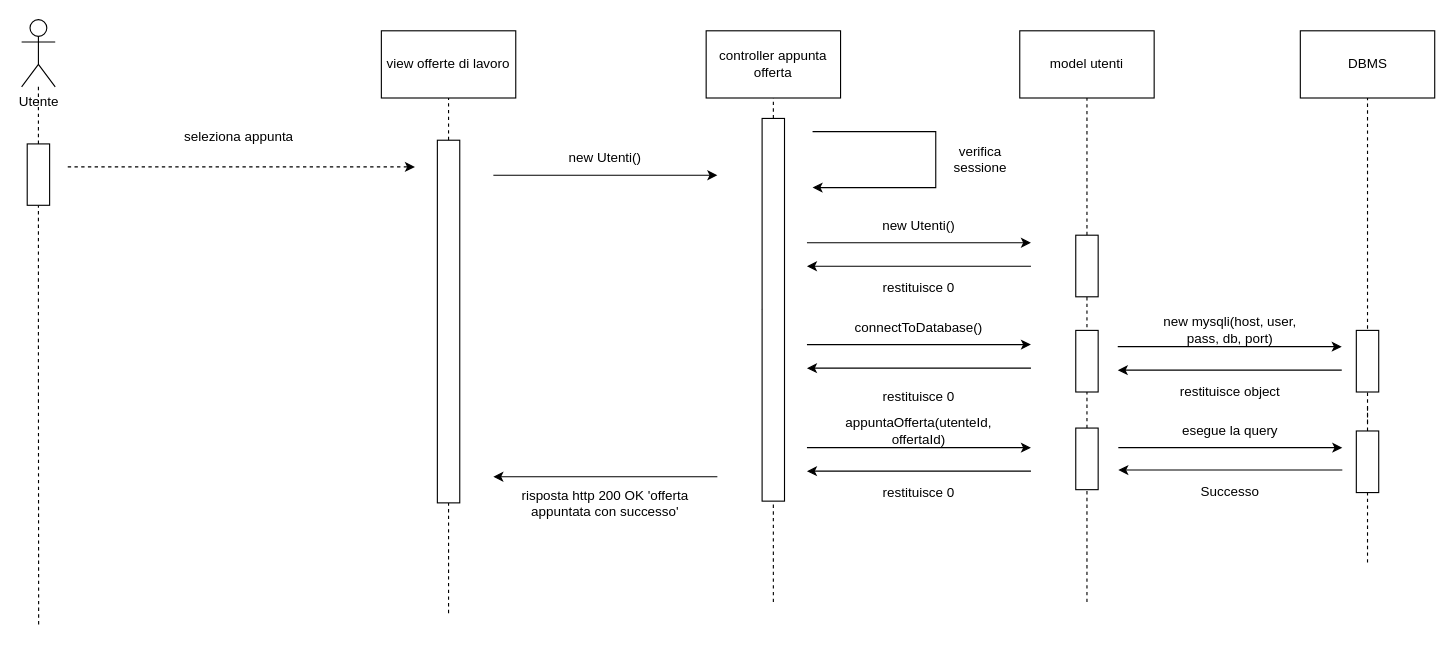
Mute491/bitByte keeps this draw.io diagram as schemi/user/appunta offerta.drawio. Above is the earlier version. Source tidied: cells renumbered, new cells numbered last; positions are measured from the earlier drawing's top-left corner, leaving out a move shared by most shapes. Both pictures are drawn from the tidied source at 112%, with x=0, y=0 at pixel (7, 19).
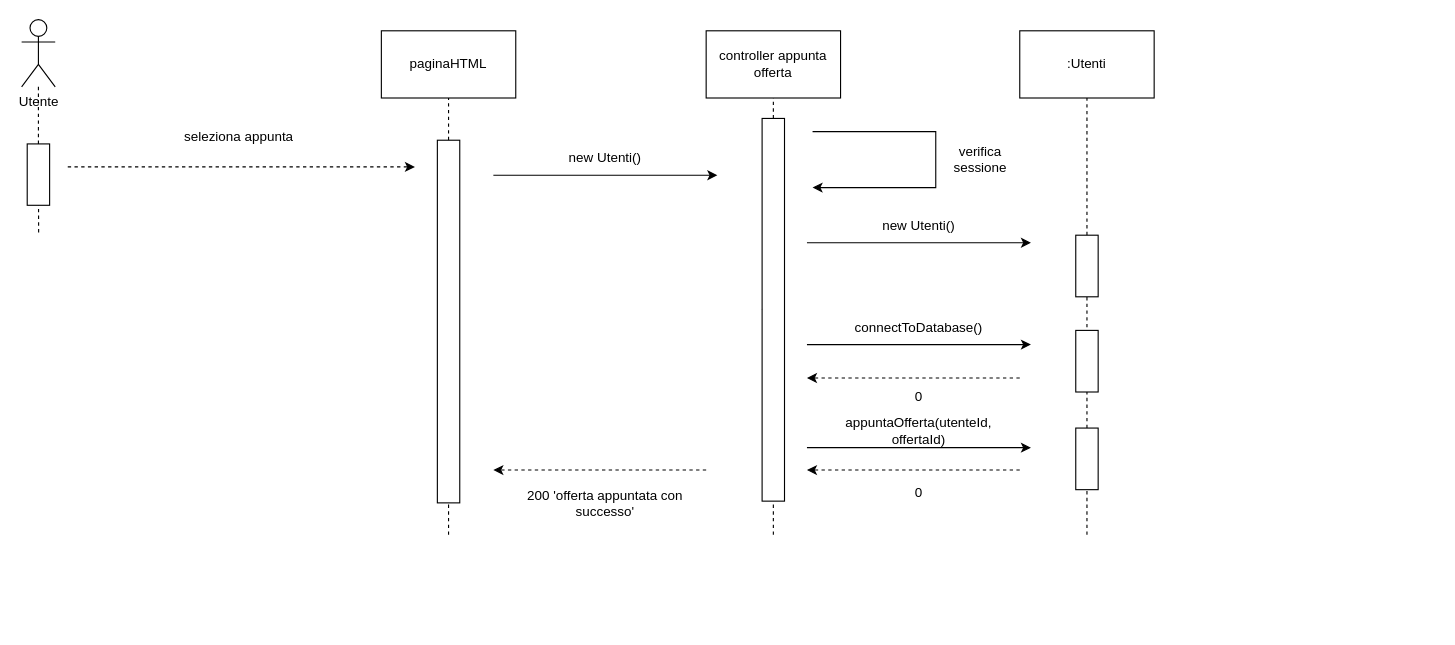
The same diagram, later.

Unchanged cells that the change refers to:
```xml
<mxCell id="27" style="rounded=0;whiteSpace=wrap;html=1;rotation=90;" parent="1" vertex="1">
  <mxGeometry x="0.4" y="128.4" width="54.8" height="20" as="geometry" />
</mxCell>
<mxCell id="32" style="rounded=0;whiteSpace=wrap;html=1;rotation=90;" parent="1" vertex="1">
  <mxGeometry x="232.1" y="259.6" width="323.8" height="20" as="geometry" />
</mxCell>
<mxCell id="34" style="rounded=0;whiteSpace=wrap;html=1;rotation=90;" parent="1" vertex="1">
  <mxGeometry x="936.5" y="382.2" width="55" height="20" as="geometry" />
</mxCell>
<mxCell id="37" style="rounded=0;whiteSpace=wrap;html=1;rotation=90;" parent="1" vertex="1">
  <mxGeometry x="513.1" y="249.1" width="341.7" height="20" as="geometry" />
</mxCell>
```

The edit, as a diff of the source:
```diff
@@
-    <mxCell id="6" value="model utenti" style="rounded=0;whiteSpace=wrap;html=1;" parent="1" vertex="1">
+    <mxCell id="6" value=":Utenti" style="rounded=0;whiteSpace=wrap;html=1;" parent="1" vertex="1">
       <mxGeometry x="904" y="10" width="120" height="60" as="geometry" />
     </mxCell>
@@
-    <mxCell id="11" style="endArrow=classic;html=1;rounded=0;" parent="1" edge="1">
-      <mxGeometry relative="1" as="geometry">
-        <mxPoint x="914" y="220.2" as="sourcePoint" />
-        <mxPoint x="714" y="220.2" as="targetPoint" />
-      </mxGeometry>
-    </mxCell>
-    <mxCell id="12" value="restituisce 0" style="text;html=1;align=center;verticalAlign=middle;whiteSpace=wrap;rounded=0;" parent="1" vertex="1">
-      <mxGeometry x="744" y="225.2" width="140" height="30" as="geometry" />
-    </mxCell>
@@
-    <mxCell id="17" style="endArrow=classic;html=1;rounded=0;" parent="1" edge="1">
-      <mxGeometry relative="1" as="geometry">
-        <mxPoint x="914" y="311.2" as="sourcePoint" />
-        <mxPoint x="714" y="311.2" as="targetPoint" />
-      </mxGeometry>
-    </mxCell>
-    <mxCell id="18" value="restituisce 0" style="text;html=1;align=center;verticalAlign=middle;whiteSpace=wrap;rounded=0;" parent="1" vertex="1">
+    <mxCell id="18" value="0" style="text;html=1;align=center;verticalAlign=middle;whiteSpace=wrap;rounded=0;" parent="1" vertex="1">
       <mxGeometry x="744" y="322.2" width="140" height="30" as="geometry" />
     </mxCell>
@@
-    <mxCell id="22" style="endArrow=classic;html=1;rounded=0;" parent="1" edge="1">
-      <mxGeometry relative="1" as="geometry">
-        <mxPoint x="914" y="403.2" as="sourcePoint" />
-        <mxPoint x="714" y="403.2" as="targetPoint" />
-      </mxGeometry>
-    </mxCell>
-    <mxCell id="23" value="restituisce 0" style="text;html=1;align=center;verticalAlign=middle;whiteSpace=wrap;rounded=0;" parent="1" vertex="1">
+    <mxCell id="23" value="0" style="text;html=1;align=center;verticalAlign=middle;whiteSpace=wrap;rounded=0;" parent="1" vertex="1">
       <mxGeometry x="744" y="408.2" width="140" height="30" as="geometry" />
     </mxCell>
-    <mxCell id="24" value="view offerte di lavoro" style="rounded=0;whiteSpace=wrap;html=1;" parent="1" vertex="1">
+    <mxCell id="24" value="paginaHTML" style="rounded=0;whiteSpace=wrap;html=1;" parent="1" vertex="1">
       <mxGeometry x="334" y="10" width="120" height="60" as="geometry" />
     </mxCell>
@@
     <mxCell id="26" style="endArrow=none;dashed=1;html=1;rounded=0;" parent="1" edge="1" target="27">
       <mxGeometry relative="1" as="geometry">
-        <mxPoint x="28" y="540" as="sourcePoint" />
-        <Array as="points">
-          <mxPoint x="27.8" y="301" />
-        </Array>
+        <mxPoint x="28" y="190" as="sourcePoint" />
       </mxGeometry>
     </mxCell>
@@
     <mxCell id="30" style="endArrow=none;dashed=1;html=1;rounded=0;" parent="1" edge="1" target="37">
       <mxGeometry relative="1" as="geometry">
-        <mxPoint x="684" y="520" as="sourcePoint" />
+        <mxPoint x="684" y="460" as="sourcePoint" />
       </mxGeometry>
     </mxCell>
     <mxCell id="31" style="endArrow=none;dashed=1;html=1;rounded=0;" parent="1" edge="1" target="32">
       <mxGeometry relative="1" as="geometry">
-        <mxPoint x="394" y="530" as="sourcePoint" />
+        <mxPoint x="394" y="460" as="sourcePoint" />
       </mxGeometry>
     </mxCell>
@@
     <mxCell id="33" style="endArrow=none;dashed=1;html=1;rounded=0;" parent="1" edge="1" target="34">
       <mxGeometry relative="1" as="geometry">
-        <mxPoint x="964" y="520" as="sourcePoint" />
+        <mxPoint x="964" y="460" as="sourcePoint" />
       </mxGeometry>
     </mxCell>
@@
-    <mxCell id="38" style="endArrow=classic;html=1;rounded=0;" parent="1" edge="1">
-      <mxGeometry relative="1" as="geometry">
-        <mxPoint x="634" y="408.2" as="sourcePoint" />
-        <mxPoint x="434" y="408.2" as="targetPoint" />
-      </mxGeometry>
-    </mxCell>
-    <mxCell id="39" value="risposta http 200 OK 'offerta appuntata con successo'" style="text;html=1;align=center;verticalAlign=middle;whiteSpace=wrap;rounded=0;" parent="1" vertex="1">
+    <mxCell id="39" value="200 'offerta appuntata con successo'" style="text;html=1;align=center;verticalAlign=middle;whiteSpace=wrap;rounded=0;" parent="1" vertex="1">
       <mxGeometry x="444" y="413.2" width="180" height="36.8" as="geometry" />
     </mxCell>
@@
-    <mxCell id="42" value="DBMS" style="rounded=0;whiteSpace=wrap;html=1;" parent="1" vertex="1">
-      <mxGeometry x="1154.5" y="10" width="120" height="60" as="geometry" />
-    </mxCell>
-    <mxCell id="43" style="endArrow=none;dashed=1;html=1;rounded=0;entryX=0.5;entryY=1;entryDx=0;entryDy=0;" parent="1" edge="1" target="42">
-      <mxGeometry relative="1" as="geometry">
-        <mxPoint x="1214.5" y="360" as="sourcePoint" />
-      </mxGeometry>
-    </mxCell>
-    <mxCell id="44" style="endArrow=none;dashed=1;html=1;rounded=0;" parent="1" edge="1" source="51">
-      <mxGeometry relative="1" as="geometry">
-        <mxPoint x="1214.5" y="343.5" as="targetPoint" />
-      </mxGeometry>
-    </mxCell>
-    <mxCell id="45" style="rounded=0;whiteSpace=wrap;html=1;rotation=90;" parent="1" vertex="1">
-      <mxGeometry x="1187" y="295" width="55" height="20" as="geometry" />
-    </mxCell>
-    <mxCell id="46" style="endArrow=classic;html=1;rounded=0;" parent="1" edge="1">
-      <mxGeometry relative="1" as="geometry">
-        <mxPoint x="991.5" y="292" as="sourcePoint" />
-        <mxPoint x="1191.5" y="292" as="targetPoint" />
-      </mxGeometry>
-    </mxCell>
-    <mxCell id="47" value="new mysqli(host, user, pass, db, port)" style="text;html=1;align=center;verticalAlign=middle;whiteSpace=wrap;rounded=0;" parent="1" vertex="1">
-      <mxGeometry x="1021.5" y="262" width="140" height="30" as="geometry" />
-    </mxCell>
-    <mxCell id="48" style="endArrow=classic;html=1;rounded=0;" parent="1" edge="1">
-      <mxGeometry relative="1" as="geometry">
-        <mxPoint x="1191.5" y="313" as="sourcePoint" />
-        <mxPoint x="991.5" y="313" as="targetPoint" />
-      </mxGeometry>
-    </mxCell>
-    <mxCell id="49" value="restituisce object" style="text;html=1;align=center;verticalAlign=middle;whiteSpace=wrap;rounded=0;" parent="1" vertex="1">
-      <mxGeometry x="1021.5" y="318" width="140" height="30" as="geometry" />
-    </mxCell>
-    <mxCell id="50" style="endArrow=none;dashed=1;html=1;rounded=0;" parent="1" edge="1" target="51">
-      <mxGeometry relative="1" as="geometry">
-        <mxPoint x="1214.5" y="484.8" as="sourcePoint" />
-      </mxGeometry>
-    </mxCell>
-    <mxCell id="51" style="rounded=0;whiteSpace=wrap;html=1;rotation=90;" parent="1" vertex="1">
-      <mxGeometry x="1187" y="384.8" width="55" height="20" as="geometry" />
-    </mxCell>
-    <mxCell id="52" style="endArrow=classic;html=1;rounded=0;" parent="1" edge="1">
-      <mxGeometry relative="1" as="geometry">
-        <mxPoint x="992" y="382.2" as="sourcePoint" />
-        <mxPoint x="1192" y="382.2" as="targetPoint" />
-      </mxGeometry>
-    </mxCell>
-    <mxCell id="53" value="esegue la query" style="text;html=1;align=center;verticalAlign=middle;whiteSpace=wrap;rounded=0;" parent="1" vertex="1">
-      <mxGeometry x="1022" y="352.2" width="140" height="30" as="geometry" />
-    </mxCell>
-    <mxCell id="54" style="endArrow=classic;html=1;rounded=0;" parent="1" edge="1">
-      <mxGeometry relative="1" as="geometry">
-        <mxPoint x="1192" y="402.2" as="sourcePoint" />
-        <mxPoint x="992" y="402.2" as="targetPoint" />
-      </mxGeometry>
-    </mxCell>
-    <mxCell id="55" value="Successo" style="text;html=1;align=center;verticalAlign=middle;whiteSpace=wrap;rounded=0;" parent="1" vertex="1">
-      <mxGeometry x="1022" y="407.2" width="140" height="30" as="geometry" />
-    </mxCell>
+    <mxCell id="56" style="html=1;labelBackgroundColor=#ffffff;startArrow=none;startFill=0;startSize=6;endArrow=classic;endFill=1;endSize=6;jettySize=auto;orthogonalLoop=1;strokeWidth=1;dashed=1;fontSize=14;rounded=0;" parent="1" edge="1">
+      <mxGeometry relative="1" as="geometry">
+        <mxPoint x="904" y="320" as="sourcePoint" />
+        <mxPoint x="714" y="320" as="targetPoint" />
+      </mxGeometry>
+    </mxCell>
+    <mxCell id="57" style="html=1;labelBackgroundColor=#ffffff;startArrow=none;startFill=0;startSize=6;endArrow=classic;endFill=1;endSize=6;jettySize=auto;orthogonalLoop=1;strokeWidth=1;dashed=1;fontSize=14;rounded=0;" parent="1" edge="1">
+      <mxGeometry relative="1" as="geometry">
+        <mxPoint x="904" y="402.2" as="sourcePoint" />
+        <mxPoint x="714" y="402.2" as="targetPoint" />
+      </mxGeometry>
+    </mxCell>
+    <mxCell id="58" style="html=1;labelBackgroundColor=#ffffff;startArrow=none;startFill=0;startSize=6;endArrow=classic;endFill=1;endSize=6;jettySize=auto;orthogonalLoop=1;strokeWidth=1;dashed=1;fontSize=14;rounded=0;" parent="1" edge="1">
+      <mxGeometry relative="1" as="geometry">
+        <mxPoint x="624" y="402.2" as="sourcePoint" />
+        <mxPoint x="434" y="402.2" as="targetPoint" />
+      </mxGeometry>
+    </mxCell>
```
